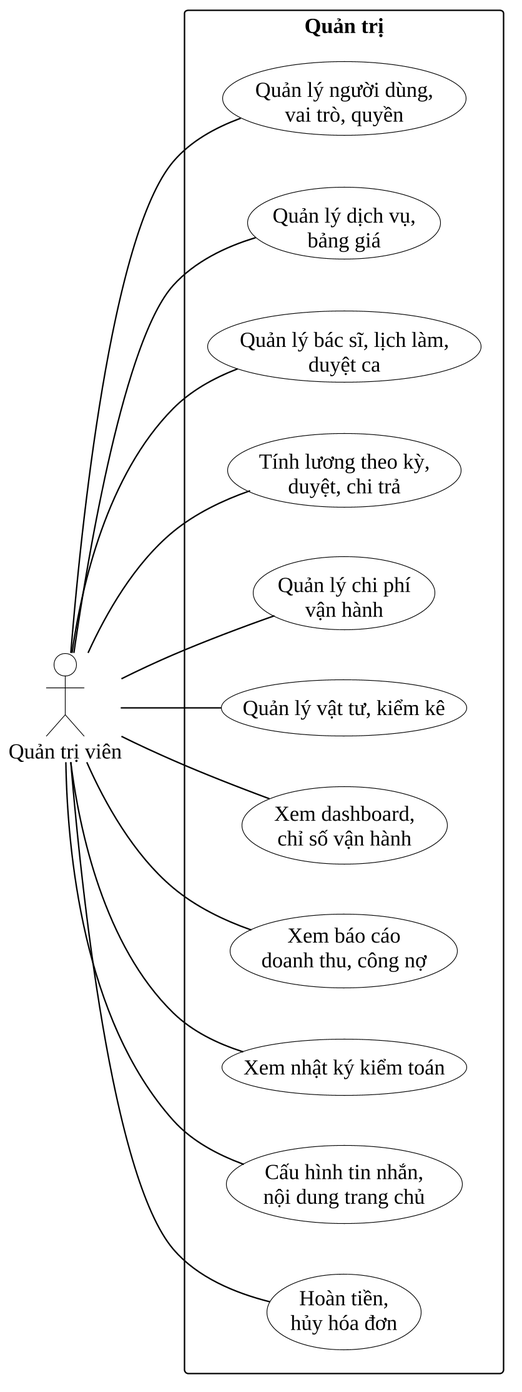
The PlantUML diagram docs/10_Thesis/bao-cao/hinh/2-5-use-case-quan-tri.png in Trantuan0310/dental-clinic-nestjs-react, before a commit. The source it was exported from:
```plantuml
@startuml
!include _kieu.iuml
left to right direction
actor "Quản trị viên" as QT
rectangle "Quản trị" {
  usecase "Quản lý người dùng,\nvai trò, quyền" as a
  usecase "Quản lý dịch vụ,\nbảng giá" as b
  usecase "Quản lý bác sĩ, lịch làm,\nduyệt ca" as c
  usecase "Tính lương theo kỳ,\nduyệt, chi trả" as d
  usecase "Quản lý chi phí\nvận hành" as e
  usecase "Quản lý vật tư, kiểm kê" as f
  usecase "Xem dashboard,\nchỉ số vận hành" as g
  usecase "Xem báo cáo\ndoanh thu, công nợ" as h
  usecase "Xem nhật ký kiểm toán" as i
  usecase "Cấu hình tin nhắn,\nnội dung trang chủ" as j
  usecase "Hoàn tiền,\nhủy hóa đơn" as k
}
QT -- a
QT -- b
QT -- c
QT -- d
QT -- e
QT -- f
QT -- g
QT -- h
QT -- i
QT -- j
QT -- k
@enduml
```
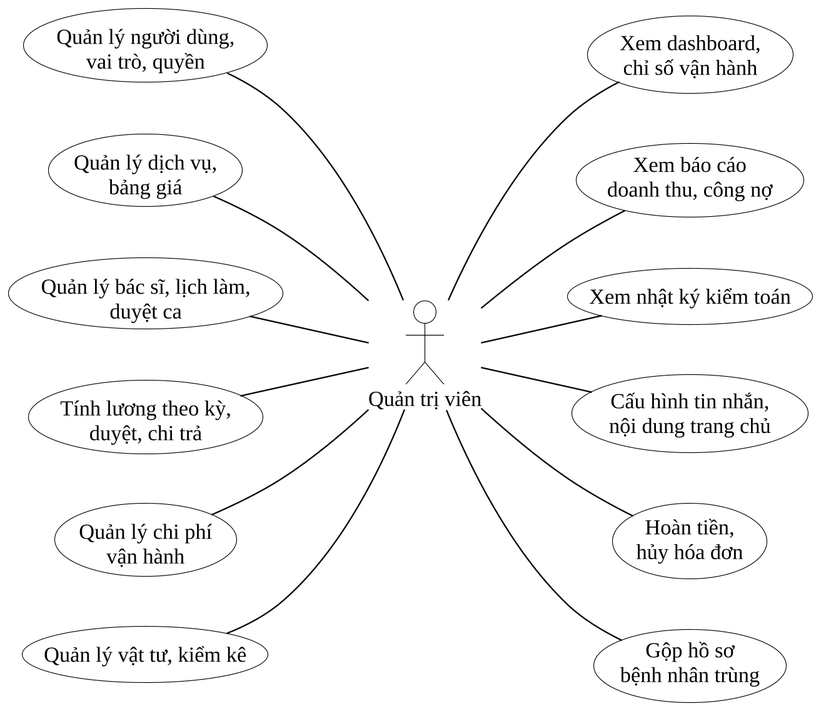
Later version of the same file.

Diff of the diagram source:
```diff
@@ -2,28 +2,28 @@
 !include _kieu.iuml
 left to right direction
 actor "Quản trị viên" as QT
-rectangle "Quản trị" {
-  usecase "Quản lý người dùng,\nvai trò, quyền" as a
-  usecase "Quản lý dịch vụ,\nbảng giá" as b
-  usecase "Quản lý bác sĩ, lịch làm,\nduyệt ca" as c
-  usecase "Tính lương theo kỳ,\nduyệt, chi trả" as d
-  usecase "Quản lý chi phí\nvận hành" as e
-  usecase "Quản lý vật tư, kiểm kê" as f
-  usecase "Xem dashboard,\nchỉ số vận hành" as g
-  usecase "Xem báo cáo\ndoanh thu, công nợ" as h
-  usecase "Xem nhật ký kiểm toán" as i
-  usecase "Cấu hình tin nhắn,\nnội dung trang chủ" as j
-  usecase "Hoàn tiền,\nhủy hóa đơn" as k
-}
-QT -- a
-QT -- b
-QT -- c
-QT -- d
-QT -- e
-QT -- f
+usecase "Quản lý người dùng,\nvai trò, quyền" as a
+usecase "Quản lý dịch vụ,\nbảng giá" as b
+usecase "Quản lý bác sĩ, lịch làm,\nduyệt ca" as c
+usecase "Tính lương theo kỳ,\nduyệt, chi trả" as d
+usecase "Quản lý chi phí\nvận hành" as e
+usecase "Quản lý vật tư, kiểm kê" as f
+usecase "Xem dashboard,\nchỉ số vận hành" as g
+usecase "Xem báo cáo\ndoanh thu, công nợ" as h
+usecase "Xem nhật ký kiểm toán" as i
+usecase "Cấu hình tin nhắn,\nnội dung trang chủ" as j
+usecase "Hoàn tiền,\nhủy hóa đơn" as k
+usecase "Gộp hồ sơ\nbệnh nhân trùng" as l
+a -- QT
+b -- QT
+c -- QT
+d -- QT
+e -- QT
+f -- QT
+QT -- k
+QT -- l
+QT -- j
+QT -- i
+QT -- h
 QT -- g
-QT -- h
-QT -- i
-QT -- j
-QT -- k
 @enduml
```
